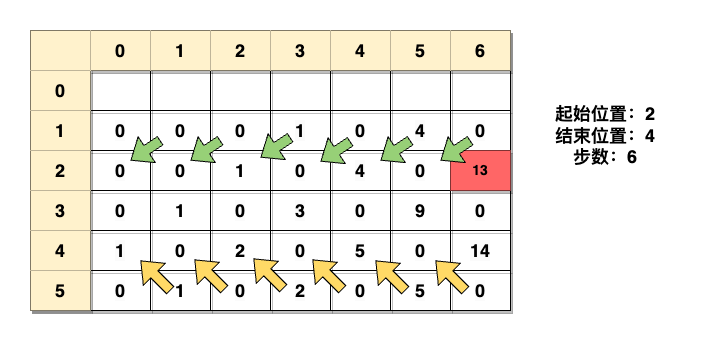
The draw.io diagram public/images/ds/dp/dp-robot-walk.drawio.png in ZhengKe996/Blog, before a commit. Source tidied: cells renumbered, new cells last; positions are measured from the earlier drawing's top-left corner, leaving out a move shared by most shapes.
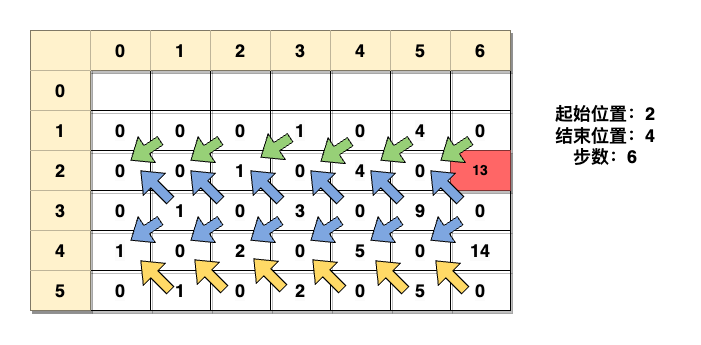
After the change.

The edit, as a diff of the source:
```diff
@@ -269,5 +269,77 @@
     <mxCell id="78" value="&lt;b&gt;&lt;font style=&quot;font-size: 18px;&quot;&gt;起始位置：2&lt;br&gt;结束位置：4&lt;br&gt;步数：6&lt;/font&gt;&lt;/b&gt;" style="text;html=1;strokeColor=none;fillColor=none;align=center;verticalAlign=middle;whiteSpace=wrap;rounded=0;" parent="1" vertex="1">
       <mxGeometry x="510" y="90" width="130" height="30" as="geometry" />
     </mxCell>
+    <mxCell id="79" style="shape=flexArrow;endArrow=classic;html=1;rounded=0;fillColor=#7EA6E0;" parent="1" edge="1">
+      <mxGeometry relative="1" as="geometry">
+        <mxPoint x="140" y="170" as="sourcePoint" />
+        <mxPoint x="110" y="140" as="targetPoint" />
+      </mxGeometry>
+    </mxCell>
+    <mxCell id="80" style="shape=flexArrow;endArrow=classic;html=1;rounded=0;fillColor=#7EA6E0;" parent="1" edge="1">
+      <mxGeometry relative="1" as="geometry">
+        <mxPoint x="190" y="170" as="sourcePoint" />
+        <mxPoint x="160" y="140" as="targetPoint" />
+      </mxGeometry>
+    </mxCell>
+    <mxCell id="81" style="shape=flexArrow;endArrow=classic;html=1;rounded=0;fillColor=#7EA6E0;" parent="1" edge="1">
+      <mxGeometry relative="1" as="geometry">
+        <mxPoint x="250" y="170" as="sourcePoint" />
+        <mxPoint x="220" y="140" as="targetPoint" />
+      </mxGeometry>
+    </mxCell>
+    <mxCell id="82" style="shape=flexArrow;endArrow=classic;html=1;rounded=0;fillColor=#7EA6E0;" parent="1" edge="1">
+      <mxGeometry relative="1" as="geometry">
+        <mxPoint x="310" y="170" as="sourcePoint" />
+        <mxPoint x="280" y="140" as="targetPoint" />
+      </mxGeometry>
+    </mxCell>
+    <mxCell id="83" style="shape=flexArrow;endArrow=classic;html=1;rounded=0;fillColor=#7EA6E0;" parent="1" edge="1">
+      <mxGeometry relative="1" as="geometry">
+        <mxPoint x="370" y="170" as="sourcePoint" />
+        <mxPoint x="340" y="140" as="targetPoint" />
+      </mxGeometry>
+    </mxCell>
+    <mxCell id="84" style="shape=flexArrow;endArrow=classic;html=1;rounded=0;fillColor=#7EA6E0;" parent="1" edge="1">
+      <mxGeometry relative="1" as="geometry">
+        <mxPoint x="430" y="170" as="sourcePoint" />
+        <mxPoint x="400" y="140" as="targetPoint" />
+      </mxGeometry>
+    </mxCell>
+    <mxCell id="85" style="shape=flexArrow;endArrow=classic;html=1;rounded=0;fillColor=#7EA6E0;" parent="1" edge="1">
+      <mxGeometry relative="1" as="geometry">
+        <mxPoint x="130" y="190" as="sourcePoint" />
+        <mxPoint x="100" y="210" as="targetPoint" />
+      </mxGeometry>
+    </mxCell>
+    <mxCell id="86" value="&lt;br&gt;" style="shape=flexArrow;endArrow=classic;html=1;rounded=0;fillColor=#7EA6E0;" parent="1" edge="1">
+      <mxGeometry relative="1" as="geometry">
+        <mxPoint x="190" y="190" as="sourcePoint" />
+        <mxPoint x="160" y="210" as="targetPoint" />
+      </mxGeometry>
+    </mxCell>
+    <mxCell id="87" value="&lt;br&gt;" style="shape=flexArrow;endArrow=classic;html=1;rounded=0;fillColor=#7EA6E0;" parent="1" edge="1">
+      <mxGeometry relative="1" as="geometry">
+        <mxPoint x="250" y="190" as="sourcePoint" />
+        <mxPoint x="220" y="210" as="targetPoint" />
+      </mxGeometry>
+    </mxCell>
+    <mxCell id="88" value="&lt;br&gt;" style="shape=flexArrow;endArrow=classic;html=1;rounded=0;fillColor=#7EA6E0;" parent="1" edge="1">
+      <mxGeometry relative="1" as="geometry">
+        <mxPoint x="310" y="190" as="sourcePoint" />
+        <mxPoint x="280" y="210" as="targetPoint" />
+      </mxGeometry>
+    </mxCell>
+    <mxCell id="89" value="&lt;br&gt;" style="shape=flexArrow;endArrow=classic;html=1;rounded=0;fillColor=#7EA6E0;" parent="1" edge="1">
+      <mxGeometry relative="1" as="geometry">
+        <mxPoint x="370" y="190" as="sourcePoint" />
+        <mxPoint x="340" y="210" as="targetPoint" />
+      </mxGeometry>
+    </mxCell>
+    <mxCell id="90" value="&lt;br&gt;" style="shape=flexArrow;endArrow=classic;html=1;rounded=0;fillColor=#7EA6E0;" parent="1" edge="1">
+      <mxGeometry relative="1" as="geometry">
+        <mxPoint x="430" y="190" as="sourcePoint" />
+        <mxPoint x="400" y="210" as="targetPoint" />
+      </mxGeometry>
+    </mxCell>
   </root>
 </mxGraphModel>
```
